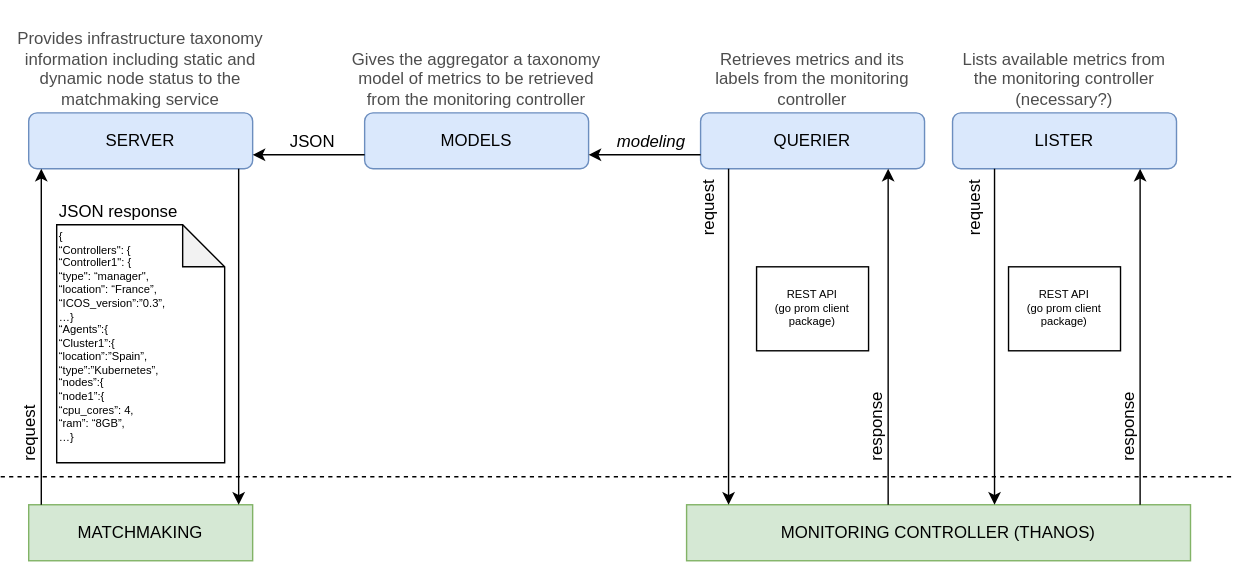
Earlier version of the draw.io export docs/assets/architecture.drawio.svg (icos-project/Aggregator). Source tidied: cells renumbered, new cells last; positions are measured from the earlier drawing's top-left corner, leaving out a move shared by most shapes.
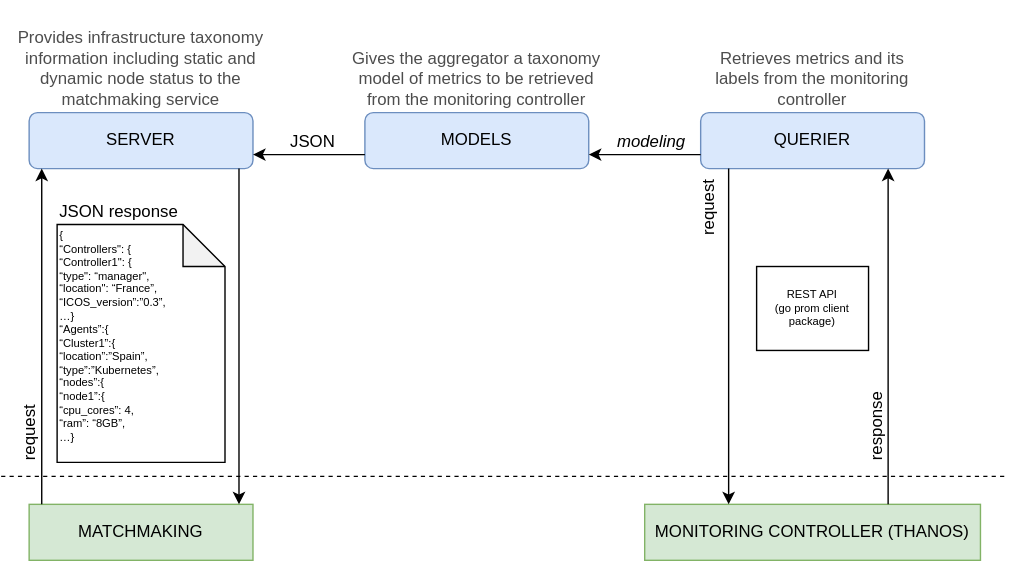
The same file after the commit.

What changed in the source:
```diff
@@ -8,9 +8,6 @@
     <mxCell id="3" value="MODELS" style="rounded=1;whiteSpace=wrap;html=1;fillColor=#dae8fc;strokeColor=#6c8ebf;" parent="1" vertex="1">
       <mxGeometry x="265" y="80" width="160" height="40" as="geometry" />
     </mxCell>
-    <mxCell id="4" value="LISTER" style="rounded=1;whiteSpace=wrap;html=1;fillColor=#dae8fc;strokeColor=#6c8ebf;" parent="1" vertex="1">
-      <mxGeometry x="685" y="80" width="160" height="40" as="geometry" />
-    </mxCell>
     <mxCell id="5" value="QUERIER" style="rounded=1;whiteSpace=wrap;html=1;fillColor=#dae8fc;strokeColor=#6c8ebf;" parent="1" vertex="1">
       <mxGeometry x="505" y="80" width="160" height="40" as="geometry" />
     </mxCell>
@@ -20,23 +17,20 @@
     <mxCell id="7" value="&lt;p style=&quot;margin-top: 0pt; margin-bottom: 0pt; margin-left: 0in; direction: ltr; unicode-bidi: embed; word-break: normal; font-size: 12px;&quot;&gt;&lt;span style=&quot;font-size: 12px;&quot;&gt;Gives the aggregator a taxonomy model of metrics to be retrieved&lt;br style=&quot;font-size: 12px;&quot;&gt;from the monitoring controller&lt;/span&gt;&lt;/p&gt;" style="text;html=1;align=center;verticalAlign=bottom;whiteSpace=wrap;rounded=0;fontColor=#4D4D4D;fontSize=12;" parent="1" vertex="1">
       <mxGeometry x="255" width="180" height="80" as="geometry" />
     </mxCell>
-    <mxCell id="8" value="&lt;p style=&quot;margin-top: 0pt; margin-bottom: 0pt; margin-left: 0in; direction: ltr; unicode-bidi: embed; word-break: normal; font-size: 12px;&quot;&gt;&lt;span style=&quot;font-size: 12px;&quot;&gt;Lists available metrics from the monitoring controller&lt;/span&gt;&lt;/p&gt;&lt;p style=&quot;margin-top: 0pt; margin-bottom: 0pt; margin-left: 0in; direction: ltr; unicode-bidi: embed; word-break: normal; font-size: 12px;&quot;&gt;&lt;span style=&quot;font-size: 12px;&quot;&gt;(necessary?)&lt;/span&gt;&lt;/p&gt;" style="text;html=1;align=center;verticalAlign=bottom;whiteSpace=wrap;rounded=0;fontColor=#4D4D4D;fontSize=12;" parent="1" vertex="1">
-      <mxGeometry x="685" width="160" height="80" as="geometry" />
-    </mxCell>
     <mxCell id="9" value="&lt;p style=&quot;margin-top: 0pt; margin-bottom: 0pt; margin-left: 0in; direction: ltr; unicode-bidi: embed; word-break: normal; font-size: 12px;&quot;&gt;&lt;span style=&quot;font-size: 12px;&quot;&gt;Retrieves metrics and its labels from the monitoring controller&lt;/span&gt;&lt;/p&gt;" style="text;html=1;align=center;verticalAlign=bottom;whiteSpace=wrap;rounded=0;fontColor=#4D4D4D;fontSize=12;" parent="1" vertex="1">
       <mxGeometry x="505" width="160" height="80" as="geometry" />
     </mxCell>
     <mxCell id="10" style="endArrow=none;dashed=1;html=1;" parent="1" edge="1">
       <mxGeometry relative="1" as="geometry">
         <mxPoint x="5" y="340" as="sourcePoint" />
-        <mxPoint x="885" y="340" as="targetPoint" />
+        <mxPoint x="725" y="340" as="targetPoint" />
       </mxGeometry>
     </mxCell>
     <mxCell id="11" value="MATCHMAKING" style="rounded=0;whiteSpace=wrap;html=1;fillColor=#d5e8d4;strokeColor=#82b366;" parent="1" vertex="1">
       <mxGeometry x="25" y="360" width="160" height="40" as="geometry" />
     </mxCell>
     <mxCell id="12" value="MONITORING CONTROLLER (THANOS)" style="rounded=0;whiteSpace=wrap;html=1;fillColor=#d5e8d4;strokeColor=#82b366;" parent="1" vertex="1">
-      <mxGeometry x="495" y="360" width="360" height="40" as="geometry" />
+      <mxGeometry x="465" y="360" width="240" height="40" as="geometry" />
     </mxCell>
     <mxCell id="13" value="&#10;&#10;&#10;{ &#10;    “Controllers&quot;: {&#10;        “Controller1&quot;: {&#10;            “type&quot;: “manager&quot;,&#10;        “location&quot;: “France”,&#10;            “ICOS_version”:”0.3”,&#10;            …}&#10;    “Agents”:{&#10;        “Cluster1”:{&#10;            “location”:”Spain”,&#10;            “type”:”Kubernetes”,&#10;            “nodes”:{&#10;                “node1”:{&#10;                     “cpu_cores”: 4,&#10;                     “ram”: “8GB”,&#10;                     …}&#10;&#10;&#10;&#10;" style="shape=note;backgroundOutline=1;darkOpacity=0.05;fontSize=8;align=left;spacing=2;fontFamily=Helvetica;horizontal=1;verticalAlign=middle;whiteSpace=wrap;" parent="1" vertex="1">
       <mxGeometry x="45" y="160" width="120" height="170" as="geometry" />
@@ -59,15 +53,6 @@
         <mxPoint x="175" y="360" as="targetPoint" />
       </mxGeometry>
     </mxCell>
-    <mxCell id="18" style="endArrow=classic;html=1;fontFamily=Helvetica;fontSize=8;exitX=1;exitY=1;exitDx=0;exitDy=0;" parent="1" edge="1">
-      <mxGeometry relative="1" as="geometry">
-        <mxPoint x="715" y="120" as="sourcePoint" />
-        <mxPoint x="715" y="360" as="targetPoint" />
-      </mxGeometry>
-    </mxCell>
-    <mxCell id="19" value="request" style="text;html=1;strokeColor=none;fillColor=none;align=left;verticalAlign=bottom;whiteSpace=wrap;rounded=0;rotation=-90;" parent="1" vertex="1">
-      <mxGeometry x="675" y="135" width="50" height="20" as="geometry" />
-    </mxCell>
     <mxCell id="20" style="endArrow=classic;html=1;fontFamily=Helvetica;fontSize=8;exitX=1;exitY=1;exitDx=0;exitDy=0;" parent="1" edge="1">
       <mxGeometry relative="1" as="geometry">
         <mxPoint x="525" y="120" as="sourcePoint" />
@@ -77,15 +62,6 @@
     <mxCell id="21" value="request" style="text;html=1;strokeColor=none;fillColor=none;align=left;verticalAlign=bottom;whiteSpace=wrap;rounded=0;rotation=-90;" parent="1" vertex="1">
       <mxGeometry x="485" y="135" width="50" height="20" as="geometry" />
     </mxCell>
-    <mxCell id="22" style="endArrow=classic;html=1;fontFamily=Helvetica;fontSize=8;exitX=0;exitY=0;exitDx=0;exitDy=0;entryX=0;entryY=1;entryDx=0;entryDy=0;" parent="1" edge="1">
-      <mxGeometry relative="1" as="geometry">
-        <mxPoint x="819" y="360" as="sourcePoint" />
-        <mxPoint x="819" y="120" as="targetPoint" />
-      </mxGeometry>
-    </mxCell>
-    <mxCell id="23" value="response" style="text;html=1;strokeColor=none;fillColor=none;align=left;verticalAlign=bottom;whiteSpace=wrap;rounded=0;rotation=-90;" parent="1" vertex="1">
-      <mxGeometry x="785" y="296" width="50" height="20" as="geometry" />
-    </mxCell>
     <mxCell id="24" style="endArrow=classic;html=1;fontFamily=Helvetica;fontSize=8;exitX=0;exitY=0;exitDx=0;exitDy=0;entryX=0;entryY=1;entryDx=0;entryDy=0;" parent="1" edge="1">
       <mxGeometry relative="1" as="geometry">
         <mxPoint x="639" y="360" as="sourcePoint" />
@@ -95,9 +71,6 @@
     <mxCell id="25" value="response" style="text;html=1;strokeColor=none;fillColor=none;align=left;verticalAlign=bottom;whiteSpace=wrap;rounded=0;rotation=-90;" parent="1" vertex="1">
       <mxGeometry x="605" y="296" width="50" height="20" as="geometry" />
     </mxCell>
-    <mxCell id="26" value="REST API&#10;(go prom client package)" style="rounded=0;whiteSpace=wrap;fontFamily=Helvetica;fontSize=8;" parent="1" vertex="1">
-      <mxGeometry x="725" y="190" width="80" height="60" as="geometry" />
-    </mxCell>
     <mxCell id="27" value="REST API&#10;(go prom client package)" style="rounded=0;whiteSpace=wrap;fontFamily=Helvetica;fontSize=8;" parent="1" vertex="1">
       <mxGeometry x="545" y="190" width="80" height="60" as="geometry" />
     </mxCell>
```
